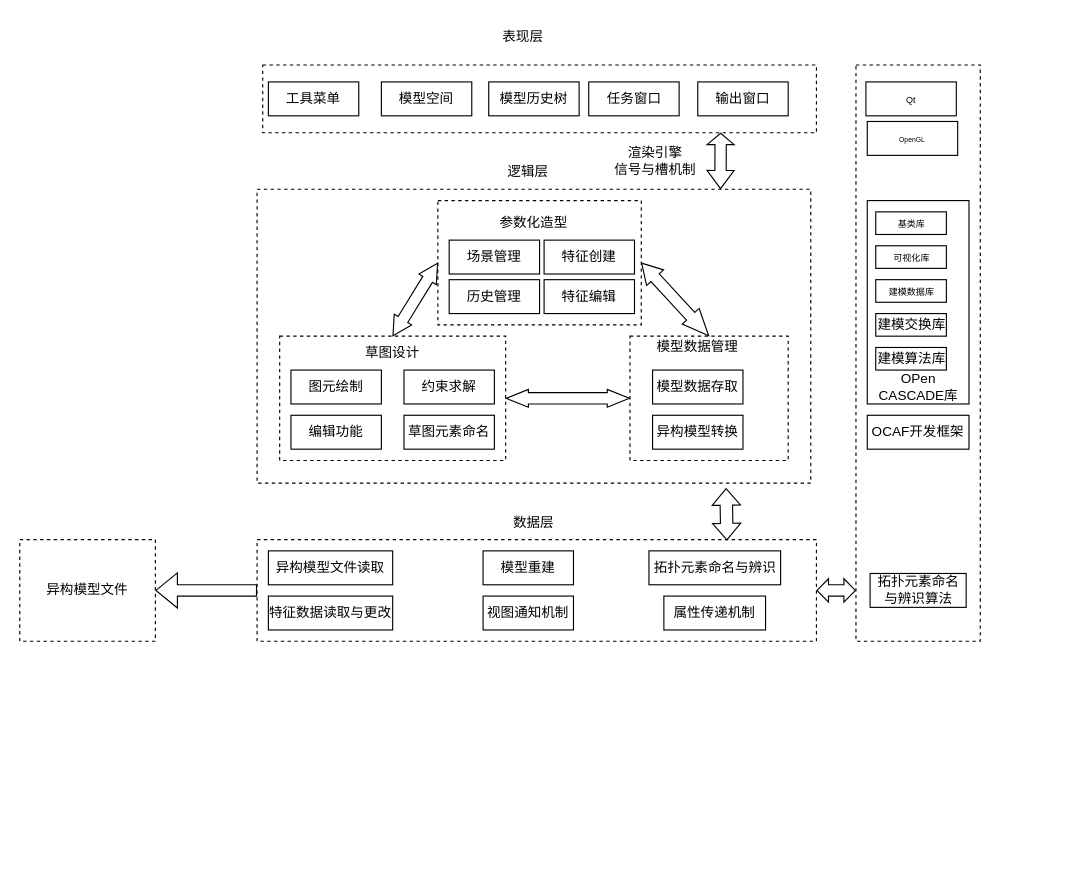
liuhuliuhu123/First-test keeps this draw.io diagram as 系统分层架构图.drawio. Above is the earlier version. Source tidied: cells renumbered, new cells numbered last; positions are measured from the earlier drawing's top-left corner, leaving out a move shared by most shapes. Both pictures are drawn from the tidied source at 113%, with x=0, y=0 at pixel (19, 19).
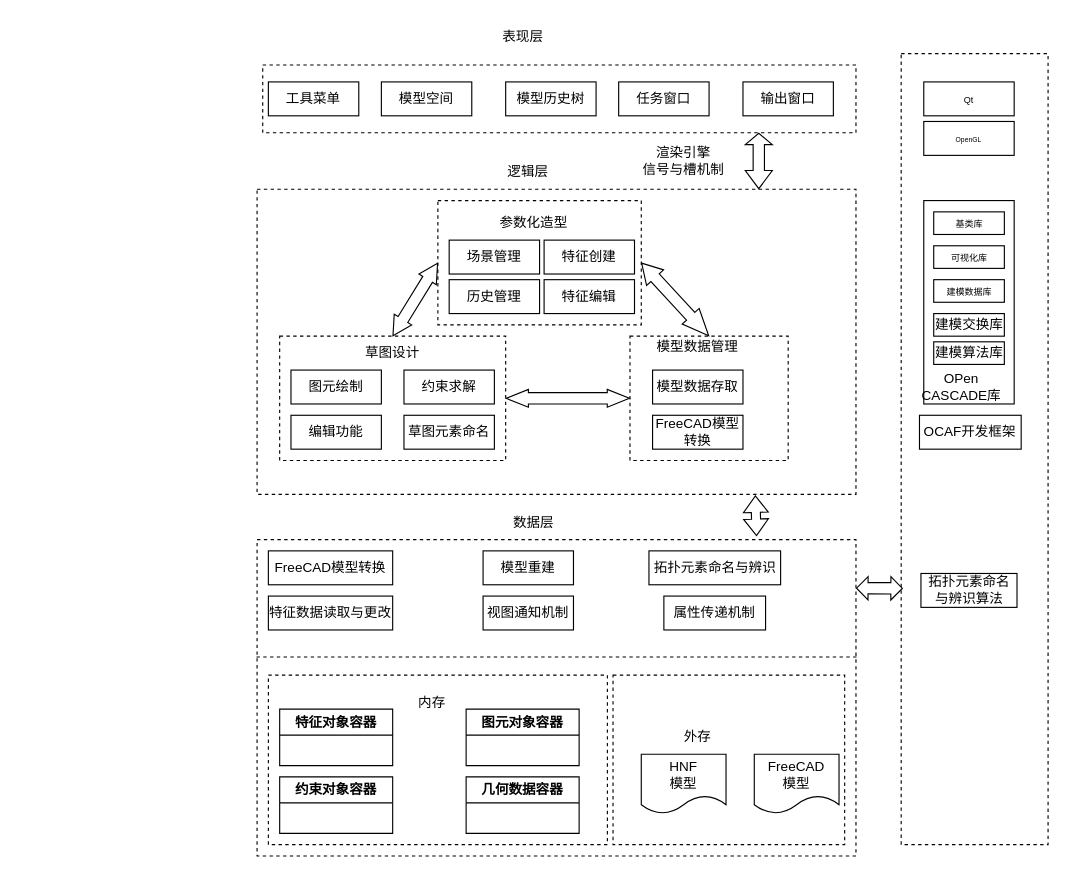
The same diagram, later.

Commit message:
更新系统分层架构图.drawio

Diff of the diagram source:
```diff
@@
     <mxCell id="2" style="rounded=0;whiteSpace=wrap;html=1;dashed=1;" parent="1" vertex="1">
-      <mxGeometry x="215" y="40" width="490" height="60" as="geometry" />
+      <mxGeometry x="215" y="40" width="525" height="60" as="geometry" />
     </mxCell>
     <mxCell id="3" style="rounded=0;whiteSpace=wrap;html=1;dashed=1;" parent="1" vertex="1">
-      <mxGeometry x="210" y="150" width="490" height="260" as="geometry" />
+      <mxGeometry x="210" y="150" width="530" height="270" as="geometry" />
     </mxCell>
     <mxCell id="4" style="rounded=0;whiteSpace=wrap;html=1;dashed=1;" parent="1" vertex="1">
-      <mxGeometry x="210" y="460" width="495" height="90" as="geometry" />
+      <mxGeometry x="210" y="460" width="530" height="280" as="geometry" />
     </mxCell>
@@
     <mxCell id="7" value="模型历史树" style="rounded=0;whiteSpace=wrap;html=1;" parent="1" vertex="1">
-      <mxGeometry x="415" y="55" width="80" height="30" as="geometry" />
+      <mxGeometry x="430" y="55" width="80" height="30" as="geometry" />
     </mxCell>
     <mxCell id="8" value="输出窗口" style="rounded=0;whiteSpace=wrap;html=1;" parent="1" vertex="1">
-      <mxGeometry x="600" y="55" width="80" height="30" as="geometry" />
+      <mxGeometry x="640" y="55" width="80" height="30" as="geometry" />
     </mxCell>
     <mxCell id="9" value="任务窗口" style="rounded=0;whiteSpace=wrap;html=1;" parent="1" vertex="1">
-      <mxGeometry x="503.5" y="55" width="80" height="30" as="geometry" />
+      <mxGeometry x="530" y="55" width="80" height="30" as="geometry" />
     </mxCell>
@@
-    <mxCell id="23" value="异构模型转换" style="rounded=0;whiteSpace=wrap;html=1;" parent="1" vertex="1">
+    <mxCell id="23" value="FreeCAD模型转换" style="rounded=0;whiteSpace=wrap;html=1;" parent="1" vertex="1">
       <mxGeometry x="560" y="350" width="80" height="30" as="geometry" />
     </mxCell>
     <mxCell id="24" style="rounded=0;whiteSpace=wrap;html=1;dashed=1;" parent="1" vertex="1">
-      <mxGeometry x="740" y="40" width="110" height="510" as="geometry" />
+      <mxGeometry x="780" y="30" width="130" height="700" as="geometry" />
     </mxCell>
     <mxCell id="25" value="&lt;font style=&quot;font-size: 8px;&quot;&gt;Qt&lt;/font&gt;" style="rounded=0;whiteSpace=wrap;html=1;" parent="1" vertex="1">
-      <mxGeometry x="748.8" y="55" width="80" height="30" as="geometry" />
+      <mxGeometry x="800" y="55" width="80" height="30" as="geometry" />
     </mxCell>
     <mxCell id="26" value="&lt;font style=&quot;font-size: 6px;&quot;&gt;OpenGL&lt;/font&gt;" style="rounded=0;whiteSpace=wrap;html=1;" parent="1" vertex="1">
-      <mxGeometry x="750" y="90" width="80" height="30" as="geometry" />
+      <mxGeometry x="800" y="90" width="80" height="30" as="geometry" />
     </mxCell>
     <mxCell id="27" style="rounded=0;whiteSpace=wrap;html=1;" parent="1" vertex="1">
-      <mxGeometry x="750" y="160" width="90" height="180" as="geometry" />
+      <mxGeometry x="800" y="160" width="80" height="180" as="geometry" />
     </mxCell>
     <mxCell id="28" value="&lt;font style=&quot;font-size: 8px;&quot;&gt;基类库&lt;/font&gt;" style="rounded=0;whiteSpace=wrap;html=1;" parent="1" vertex="1">
-      <mxGeometry x="757.5" y="170" width="62.5" height="20" as="geometry" />
+      <mxGeometry x="808.8" y="170" width="62.5" height="20" as="geometry" />
     </mxCell>
     <mxCell id="29" value="&lt;font style=&quot;font-size: 8px;&quot;&gt;可视化库&lt;/font&gt;" style="rounded=0;whiteSpace=wrap;html=1;" parent="1" vertex="1">
-      <mxGeometry x="757.5" y="200" width="62.5" height="20" as="geometry" />
+      <mxGeometry x="808.8" y="200" width="62.5" height="20" as="geometry" />
     </mxCell>
     <mxCell id="30" value="&lt;font style=&quot;font-size: 8px;&quot;&gt;建模数据库&lt;/font&gt;" style="rounded=0;whiteSpace=wrap;html=1;" parent="1" vertex="1">
-      <mxGeometry x="757.5" y="230" width="62.5" height="20" as="geometry" />
+      <mxGeometry x="808.8" y="230" width="62.5" height="20" as="geometry" />
     </mxCell>
     <mxCell id="31" value="建模交换库" style="rounded=0;whiteSpace=wrap;html=1;" parent="1" vertex="1">
-      <mxGeometry x="757.5" y="260" width="62.5" height="20" as="geometry" />
+      <mxGeometry x="808.8" y="260" width="62.5" height="20" as="geometry" />
     </mxCell>
     <mxCell id="32" value="建模算法库" style="rounded=0;whiteSpace=wrap;html=1;" parent="1" vertex="1">
-      <mxGeometry x="757.5" y="290" width="62.5" height="20" as="geometry" />
+      <mxGeometry x="808.8" y="285" width="62.5" height="20" as="geometry" />
     </mxCell>
     <mxCell id="33" value="OCAF开发框架" style="rounded=0;whiteSpace=wrap;html=1;" parent="1" vertex="1">
-      <mxGeometry x="750" y="350" width="90" height="30" as="geometry" />
+      <mxGeometry x="796.2" y="350" width="90" height="30" as="geometry" />
     </mxCell>
     <mxCell id="34" value="拓扑元素命名与辨识算法" style="rounded=0;whiteSpace=wrap;html=1;" parent="1" vertex="1">
-      <mxGeometry x="752.5" y="490" width="85" height="30" as="geometry" />
+      <mxGeometry x="797.5" y="490" width="85" height="30" as="geometry" />
     </mxCell>
@@
     <mxCell id="36" value="OPen&lt;br&gt;CASCADE库" style="text;html=1;strokeColor=none;fillColor=none;align=center;verticalAlign=middle;whiteSpace=wrap;rounded=0;" parent="1" vertex="1">
-      <mxGeometry x="757.5" y="310" width="75" height="30" as="geometry" />
+      <mxGeometry x="796.2" y="310" width="75" height="30" as="geometry" />
     </mxCell>
@@
-    <mxCell id="44" style="shape=flexArrow;endArrow=classic;startArrow=classic;html=1;rounded=0;entryX=0.827;entryY=1;entryDx=0;entryDy=0;entryPerimeter=0;exitX=0.837;exitY=0;exitDx=0;exitDy=0;exitPerimeter=0;endWidth=12.941176470588236;endSize=2.988235294117647;startWidth=12.941176470588236;startSize=5.047058823529412;" parent="1" edge="1" source="3" target="2">
-      <mxGeometry relative="1" as="geometry" />
+    <mxCell id="44" style="shape=flexArrow;endArrow=classic;startArrow=classic;html=1;rounded=0;endWidth=12.941176470588236;endSize=2.988235294117647;startWidth=12.941176470588236;startSize=5.047058823529412;" parent="1" edge="1">
+      <mxGeometry relative="1" as="geometry">
+        <mxPoint x="654" y="150" as="sourcePoint" />
+        <mxPoint x="654" y="100" as="targetPoint" />
+      </mxGeometry>
     </mxCell>
-    <mxCell id="45" style="shape=flexArrow;endArrow=classic;startArrow=classic;html=1;rounded=0;entryX=0.847;entryY=1.017;entryDx=0;entryDy=0;entryPerimeter=0;exitX=0.84;exitY=0.009;exitDx=0;exitDy=0;exitPerimeter=0;width=11;endSize=4.552941176470588;endWidth=12.941176470588236;startWidth=12.941176470588236;startSize=4.552941176470588;" parent="1" edge="1" source="4" target="3">
-      <mxGeometry relative="1" as="geometry" />
+    <mxCell id="45" style="shape=flexArrow;endArrow=classic;startArrow=classic;html=1;rounded=0;entryX=0.832;entryY=1.003;entryDx=0;entryDy=0;entryPerimeter=0;width=8;endSize=4.552941176470588;endWidth=12.941176470588236;startWidth=12.941176470588236;startSize=4.552941176470588;" parent="1" edge="1" target="3">
+      <mxGeometry relative="1" as="geometry">
+        <mxPoint x="652" y="457" as="sourcePoint" />
+      </mxGeometry>
     </mxCell>
     <mxCell id="46" value="渲染引擎&lt;br&gt;信号与槽机制" style="text;html=1;strokeColor=none;fillColor=none;align=center;verticalAlign=middle;whiteSpace=wrap;rounded=0;" parent="1" vertex="1">
-      <mxGeometry x="525" y="110" width="75" height="30" as="geometry" />
+      <mxGeometry x="550" y="110" width="75" height="30" as="geometry" />
     </mxCell>
@@
-    <mxCell id="49" style="shape=flexArrow;endArrow=classic;startArrow=classic;html=1;rounded=0;endWidth=9.655172413793103;endSize=3.0620689655172417;startWidth=9.655172413793103;startSize=3.0620689655172417;exitX=1;exitY=0.5;exitDx=0;exitDy=0;" parent="1" edge="1" source="4">
+    <mxCell id="49" style="shape=flexArrow;endArrow=classic;startArrow=classic;html=1;rounded=0;endWidth=9.655172413793103;endSize=3.0620689655172417;startWidth=9.655172413793103;startSize=3.0620689655172417;exitX=0.012;exitY=0.676;exitDx=0;exitDy=0;exitPerimeter=0;" parent="1" edge="1" source="24">
       <mxGeometry relative="1" as="geometry">
-        <mxPoint x="740" y="505" as="targetPoint" />
+        <mxPoint x="740" y="503" as="targetPoint" />
       </mxGeometry>
     </mxCell>
@@
-    <mxCell id="54" style="shape=flexArrow;endArrow=classic;html=1;rounded=0;exitX=0;exitY=0.5;exitDx=0;exitDy=0;" parent="1" edge="1" source="4" target="55">
-      <mxGeometry relative="1" as="geometry" />
-    </mxCell>
-    <mxCell id="55" value="异构模型文件" style="rounded=0;whiteSpace=wrap;html=1;dashed=1;" parent="1" vertex="1">
-      <mxGeometry y="460" width="120" height="90" as="geometry" />
-    </mxCell>
-    <mxCell id="56" value="异构模型文件读取" style="rounded=0;whiteSpace=wrap;html=1;" parent="1" vertex="1">
+    <mxCell id="56" value="FreeCAD模型转换" style="rounded=0;whiteSpace=wrap;html=1;" parent="1" vertex="1">
       <mxGeometry x="220" y="470" width="110" height="30" as="geometry" />
     </mxCell>
+    <mxCell id="57" style="rounded=0;whiteSpace=wrap;html=1;dashed=1;" parent="1" vertex="1">
+      <mxGeometry x="220" y="580" width="300" height="150" as="geometry" />
+    </mxCell>
+    <mxCell id="58" style="rounded=0;whiteSpace=wrap;html=1;dashed=1;" parent="1" vertex="1">
+      <mxGeometry x="525" y="580" width="205" height="150" as="geometry" />
+    </mxCell>
+    <mxCell id="59" value="HNF&lt;br&gt;模型" style="shape=document;whiteSpace=wrap;html=1;boundedLbl=1;" parent="1" vertex="1">
+      <mxGeometry x="550" y="650" width="75" height="52.5" as="geometry" />
+    </mxCell>
+    <mxCell id="60" value="FreeCAD&lt;br&gt;模型" style="shape=document;whiteSpace=wrap;html=1;boundedLbl=1;" parent="1" vertex="1">
+      <mxGeometry x="650" y="650" width="75" height="52.5" as="geometry" />
+    </mxCell>
+    <mxCell id="61" value="特征对象容器" style="swimlane;whiteSpace=wrap;html=1;startSize=23;" parent="1" vertex="1">
+      <mxGeometry x="230" y="610" width="100" height="50" as="geometry" />
+    </mxCell>
+    <mxCell id="62" value="图元对象容器" style="swimlane;whiteSpace=wrap;html=1;startSize=23;" parent="1" vertex="1">
+      <mxGeometry x="395" y="610" width="100" height="50" as="geometry" />
+    </mxCell>
+    <mxCell id="63" value="约束对象容器" style="swimlane;whiteSpace=wrap;html=1;startSize=23;" parent="1" vertex="1">
+      <mxGeometry x="230" y="670" width="100" height="50" as="geometry" />
+    </mxCell>
+    <mxCell id="64" value="几何数据容器" style="swimlane;whiteSpace=wrap;html=1;startSize=23;" parent="1" vertex="1">
+      <mxGeometry x="395" y="670" width="100" height="50" as="geometry" />
+    </mxCell>
+    <mxCell id="65" value="外存" style="text;html=1;strokeColor=none;fillColor=none;align=center;verticalAlign=middle;whiteSpace=wrap;rounded=0;" parent="1" vertex="1">
+      <mxGeometry x="570" y="620" width="60" height="30" as="geometry" />
+    </mxCell>
+    <mxCell id="66" value="内存" style="text;html=1;strokeColor=none;fillColor=none;align=center;verticalAlign=middle;whiteSpace=wrap;rounded=0;" parent="1" vertex="1">
+      <mxGeometry x="335" y="590" width="60" height="30" as="geometry" />
+    </mxCell>
+    <mxCell id="67" style="endArrow=none;html=1;rounded=0;exitX=-0.001;exitY=0.371;exitDx=0;exitDy=0;exitPerimeter=0;entryX=1.002;entryY=0.371;entryDx=0;entryDy=0;entryPerimeter=0;dashed=1;" parent="1" edge="1" source="4" target="4">
+      <mxGeometry relative="1" as="geometry" />
+    </mxCell>
```
